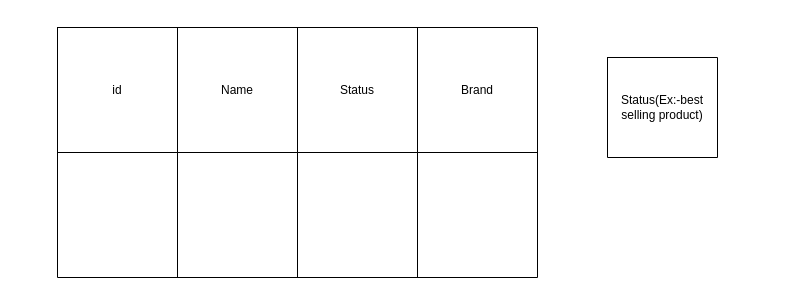
Before: schema-design/product.drawio in pritammimo/node-with-drizzle, a draw.io diagram. Source tidied: cells renumbered, new cells numbered last; positions are measured from the earlier drawing's top-left corner, leaving out a move shared by most shapes. Both pictures are drawn from the tidied source at 100%, with x=0, y=0 at pixel (57, 27).
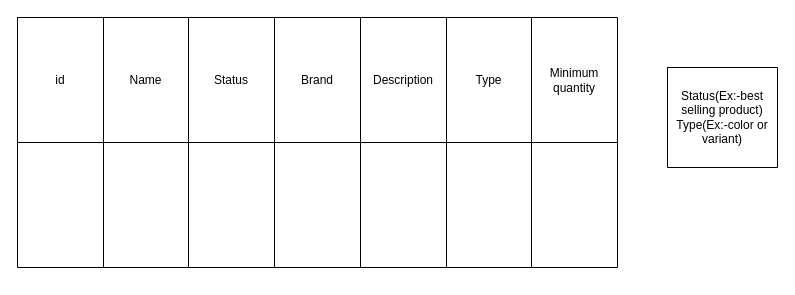
After the change.

The change refers to these unchanged cells:
```xml
<mxCell id="14" style="shape=tableRow;horizontal=0;startSize=0;swimlaneHead=0;swimlaneBody=0;top=0;left=0;bottom=0;right=0;fillColor=none;" parent="13" vertex="1">
  <mxGeometry width="110" height="100" as="geometry" />
</mxCell>
```

Diff of the diagram source:
```diff
@@
     <mxCell id="2" style="shape=table;startSize=0;childLayout=tableLayout;" parent="1" vertex="1">
-      <mxGeometry width="480" height="250" as="geometry" />
+      <mxGeometry x="-40" y="-10" width="600" height="250" as="geometry" />
     </mxCell>
     <mxCell id="3" style="shape=tableRow;horizontal=0;startSize=0;swimlaneHead=0;swimlaneBody=0;top=0;left=0;bottom=0;right=0;fillColor=none;" parent="2" vertex="1">
-      <mxGeometry width="480" height="125" as="geometry" />
+      <mxGeometry width="600" height="125" as="geometry" />
     </mxCell>
     <mxCell id="4" value="id" style="shape=partialRectangle;html=1;whiteSpace=wrap;overflow=hidden;fillColor=none;top=0;left=0;bottom=0;right=0;" parent="3" vertex="1">
-      <mxGeometry width="120" height="125" as="geometry" />
+      <mxGeometry width="86" height="125" as="geometry" />
     </mxCell>
     <mxCell id="5" value="Name" style="shape=partialRectangle;html=1;whiteSpace=wrap;overflow=hidden;fillColor=none;top=0;left=0;bottom=0;right=0;" parent="3" vertex="1">
-      <mxGeometry x="120" width="120" height="125" as="geometry" />
+      <mxGeometry x="86" width="85" height="125" as="geometry" />
     </mxCell>
     <mxCell id="6" value="Status" style="shape=partialRectangle;html=1;whiteSpace=wrap;overflow=hidden;fillColor=none;top=0;left=0;bottom=0;right=0;" parent="3" vertex="1">
-      <mxGeometry x="240" width="120" height="125" as="geometry" />
+      <mxGeometry x="171" width="86" height="125" as="geometry" />
     </mxCell>
     <mxCell id="7" value="Brand" style="shape=partialRectangle;html=1;whiteSpace=wrap;overflow=hidden;fillColor=none;top=0;left=0;bottom=0;right=0;" parent="3" vertex="1">
-      <mxGeometry x="360" width="120" height="125" as="geometry" />
+      <mxGeometry x="257" width="86" height="125" as="geometry" />
     </mxCell>
+    <mxCell id="16" value="Description" style="shape=partialRectangle;html=1;whiteSpace=wrap;overflow=hidden;fillColor=none;top=0;left=0;bottom=0;right=0;" parent="3" vertex="1">
+      <mxGeometry x="343" width="86" height="125" as="geometry" />
+    </mxCell>
+    <mxCell id="17" value="Type" style="shape=partialRectangle;html=1;whiteSpace=wrap;overflow=hidden;fillColor=none;top=0;left=0;bottom=0;right=0;" parent="3" vertex="1">
+      <mxGeometry x="429" width="85" height="125" as="geometry" />
+    </mxCell>
+    <mxCell id="18" value="Minimum quantity" style="shape=partialRectangle;html=1;whiteSpace=wrap;overflow=hidden;fillColor=none;top=0;left=0;bottom=0;right=0;" parent="3" vertex="1">
+      <mxGeometry x="514" width="86" height="125" as="geometry" />
+    </mxCell>
     <mxCell id="8" style="shape=tableRow;horizontal=0;startSize=0;swimlaneHead=0;swimlaneBody=0;top=0;left=0;bottom=0;right=0;fillColor=none;" parent="2" vertex="1">
-      <mxGeometry y="125" width="480" height="125" as="geometry" />
+      <mxGeometry y="125" width="600" height="125" as="geometry" />
     </mxCell>
     <mxCell id="9" style="shape=partialRectangle;html=1;whiteSpace=wrap;overflow=hidden;fillColor=none;top=0;left=0;bottom=0;right=0;" parent="8" vertex="1">
-      <mxGeometry width="120" height="125" as="geometry" />
+      <mxGeometry width="86" height="125" as="geometry" />
     </mxCell>
     <mxCell id="10" style="shape=partialRectangle;html=1;whiteSpace=wrap;overflow=hidden;fillColor=none;top=0;left=0;bottom=0;right=0;" parent="8" vertex="1">
-      <mxGeometry x="120" width="120" height="125" as="geometry" />
+      <mxGeometry x="86" width="85" height="125" as="geometry" />
     </mxCell>
     <mxCell id="11" style="shape=partialRectangle;html=1;whiteSpace=wrap;overflow=hidden;fillColor=none;top=0;left=0;bottom=0;right=0;" parent="8" vertex="1">
-      <mxGeometry x="240" width="120" height="125" as="geometry" />
+      <mxGeometry x="171" width="86" height="125" as="geometry" />
     </mxCell>
     <mxCell id="12" style="shape=partialRectangle;html=1;whiteSpace=wrap;overflow=hidden;fillColor=none;top=0;left=0;bottom=0;right=0;" parent="8" vertex="1">
-      <mxGeometry x="360" width="120" height="125" as="geometry" />
+      <mxGeometry x="257" width="86" height="125" as="geometry" />
     </mxCell>
+    <mxCell id="19" style="shape=partialRectangle;html=1;whiteSpace=wrap;overflow=hidden;fillColor=none;top=0;left=0;bottom=0;right=0;" parent="8" vertex="1">
+      <mxGeometry x="343" width="86" height="125" as="geometry" />
+    </mxCell>
+    <mxCell id="20" style="shape=partialRectangle;html=1;whiteSpace=wrap;overflow=hidden;fillColor=none;top=0;left=0;bottom=0;right=0;" parent="8" vertex="1">
+      <mxGeometry x="429" width="85" height="125" as="geometry" />
+    </mxCell>
+    <mxCell id="21" style="shape=partialRectangle;html=1;whiteSpace=wrap;overflow=hidden;fillColor=none;top=0;left=0;bottom=0;right=0;" parent="8" vertex="1">
+      <mxGeometry x="514" width="86" height="125" as="geometry" />
+    </mxCell>
     <mxCell id="13" style="shape=table;startSize=0;childLayout=tableLayout;" parent="1" vertex="1">
-      <mxGeometry x="550" y="30" width="110" height="100" as="geometry" />
+      <mxGeometry x="610" y="40" width="110" height="100" as="geometry" />
     </mxCell>
@@
-    <mxCell id="15" value="Status(Ex:-best selling product)" style="shape=partialRectangle;html=1;whiteSpace=wrap;overflow=hidden;fillColor=none;top=0;left=0;bottom=0;right=0;" parent="14" vertex="1">
+    <mxCell id="15" value="Status(Ex:-best selling product)&lt;br&gt;Type(Ex:-color or variant)" style="shape=partialRectangle;html=1;whiteSpace=wrap;overflow=hidden;fillColor=none;top=0;left=0;bottom=0;right=0;" parent="14" vertex="1">
       <mxGeometry width="110" height="100" as="geometry" />
     </mxCell>
```
